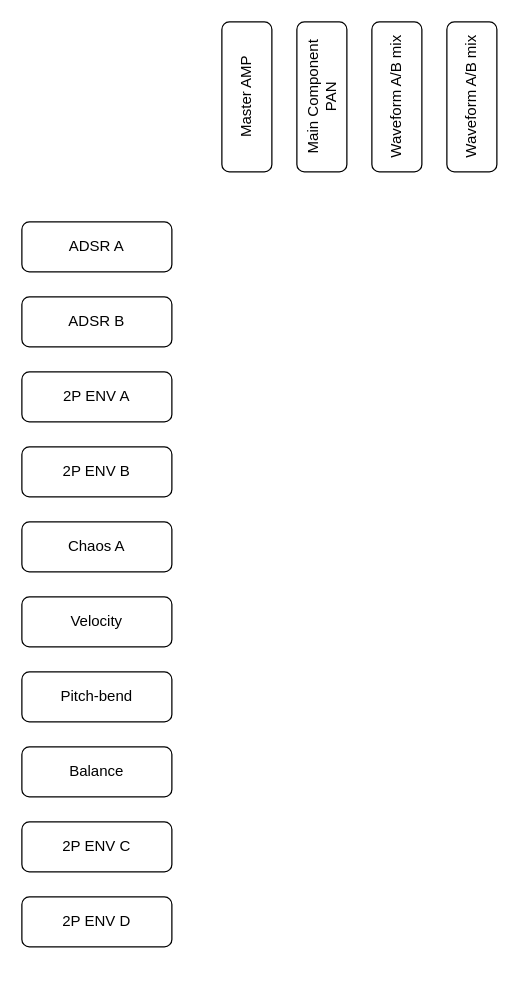
Earlier version of the draw.io diagram page "ModulationSources" (10 of 12) of BassZero_Diagrams2.drawio (gorangrubic/imbAVR.ArduinoSynth). Source tidied: cells renumbered, new cells numbered last; positions are measured from the earlier drawing's top-left corner, leaving out a move shared by most shapes. Both pictures are drawn from the tidied source at 125%, with x=0, y=0 at pixel (21, 21).
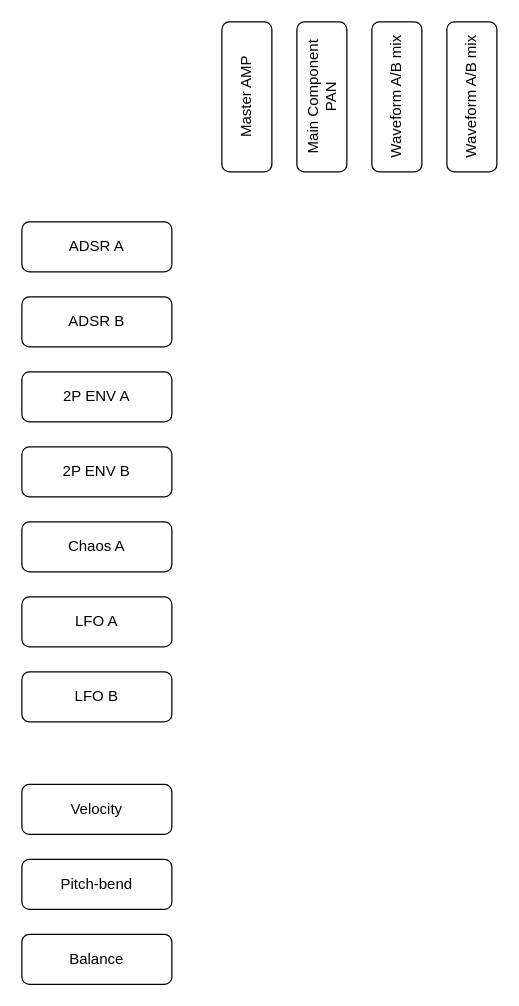
The same page after the edit.

Diff of the diagram source:
```diff
@@
 <mxGraphModel>
   <root>
     <mxCell id="0" />
     <mxCell id="1" parent="0" />
     <mxCell id="2" value="ADSR A" style="rounded=1;whiteSpace=wrap;html=1;align=center;" parent="1" vertex="1">
       <mxGeometry y="160" width="120" height="40" as="geometry" />
     </mxCell>
     <mxCell id="3" value="ADSR B" style="rounded=1;whiteSpace=wrap;html=1;align=center;" parent="1" vertex="1">
       <mxGeometry y="220" width="120" height="40" as="geometry" />
     </mxCell>
     <mxCell id="4" value="2P ENV A" style="rounded=1;whiteSpace=wrap;html=1;align=center;" parent="1" vertex="1">
       <mxGeometry y="280" width="120" height="40" as="geometry" />
     </mxCell>
     <mxCell id="5" value="2P ENV B" style="rounded=1;whiteSpace=wrap;html=1;align=center;" parent="1" vertex="1">
       <mxGeometry y="340" width="120" height="40" as="geometry" />
     </mxCell>
     <mxCell id="6" value="Chaos A" style="rounded=1;whiteSpace=wrap;html=1;align=center;" parent="1" vertex="1">
       <mxGeometry y="400" width="120" height="40" as="geometry" />
     </mxCell>
     <mxCell id="7" value="Velocity" style="rounded=1;whiteSpace=wrap;html=1;align=center;" parent="1" vertex="1">
-      <mxGeometry y="460" width="120" height="40" as="geometry" />
+      <mxGeometry y="610" width="120" height="40" as="geometry" />
     </mxCell>
     <mxCell id="8" value="Pitch-bend" style="rounded=1;whiteSpace=wrap;html=1;align=center;" parent="1" vertex="1">
-      <mxGeometry y="520" width="120" height="40" as="geometry" />
+      <mxGeometry y="670" width="120" height="40" as="geometry" />
     </mxCell>
     <mxCell id="9" value="Balance" style="rounded=1;whiteSpace=wrap;html=1;align=center;" parent="1" vertex="1">
-      <mxGeometry y="580" width="120" height="40" as="geometry" />
+      <mxGeometry y="730" width="120" height="40" as="geometry" />
     </mxCell>
     <mxCell id="10" value="Master AMP" style="rounded=1;whiteSpace=wrap;html=1;align=center;direction=south;horizontal=0;" parent="1" vertex="1">
       <mxGeometry x="160" width="40" height="120" as="geometry" />
     </mxCell>
     <mxCell id="11" value="Main Component&lt;br&gt;PAN" style="rounded=1;whiteSpace=wrap;html=1;align=center;direction=south;horizontal=0;" parent="1" vertex="1">
       <mxGeometry x="220" width="40" height="120" as="geometry" />
     </mxCell>
     <mxCell id="12" value="Waveform A/B mix" style="rounded=1;whiteSpace=wrap;html=1;align=center;direction=south;horizontal=0;" parent="1" vertex="1">
       <mxGeometry x="280" width="40" height="120" as="geometry" />
     </mxCell>
     <mxCell id="13" value="Waveform A/B mix" style="rounded=1;whiteSpace=wrap;html=1;align=center;direction=south;horizontal=0;" parent="1" vertex="1">
       <mxGeometry x="340" width="40" height="120" as="geometry" />
     </mxCell>
-    <mxCell id="14" value="2P ENV C" style="rounded=1;whiteSpace=wrap;html=1;align=center;" parent="1" vertex="1">
-      <mxGeometry y="640" width="120" height="40" as="geometry" />
+    <mxCell id="14" value="LFO A" style="rounded=1;whiteSpace=wrap;html=1;align=center;" parent="1" vertex="1">
+      <mxGeometry y="460" width="120" height="40" as="geometry" />
     </mxCell>
-    <mxCell id="15" value="2P ENV D" style="rounded=1;whiteSpace=wrap;html=1;align=center;" parent="1" vertex="1">
-      <mxGeometry y="700" width="120" height="40" as="geometry" />
+    <mxCell id="15" value="LFO B" style="rounded=1;whiteSpace=wrap;html=1;align=center;" parent="1" vertex="1">
+      <mxGeometry y="520" width="120" height="40" as="geometry" />
     </mxCell>
   </root>
 </mxGraphModel>
```
